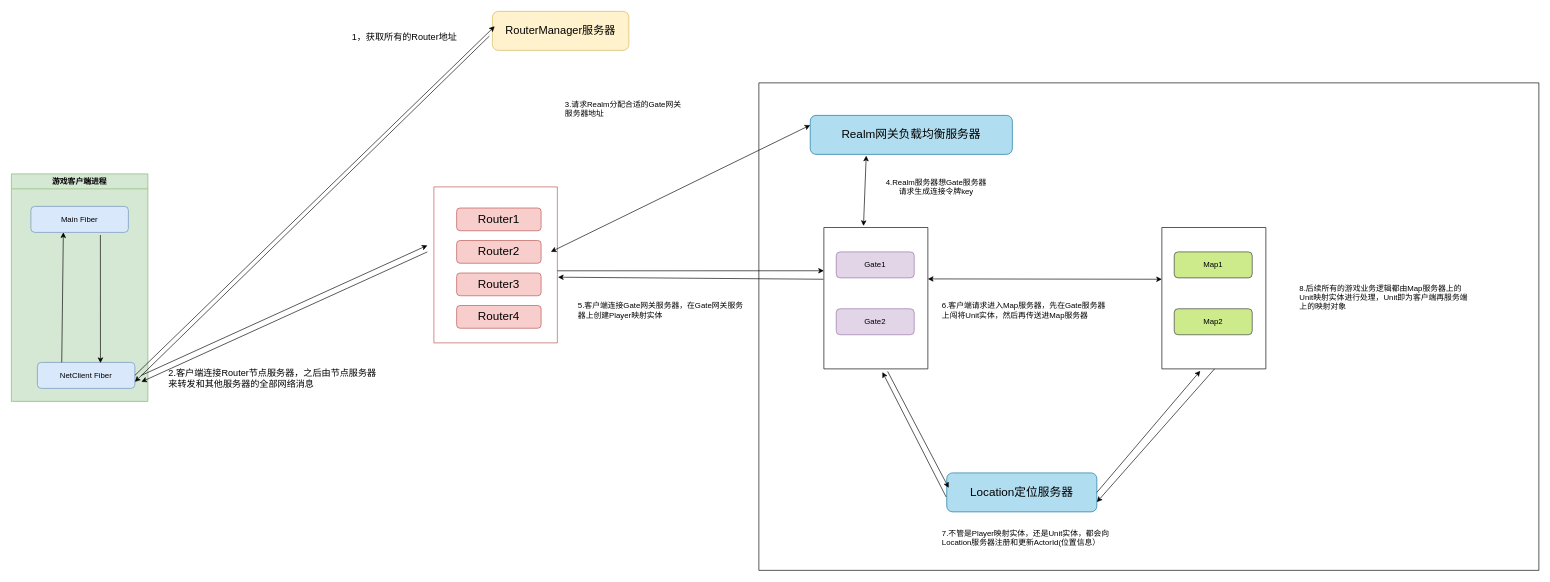
Before: StudyNotes/流程图/通信架构图.drawio in Ribosome2/ET-Kyle, a draw.io diagram. Source tidied: cells renumbered, new cells numbered last; positions are measured from the earlier drawing's top-left corner, leaving out a move shared by most shapes. Both pictures are drawn from the tidied source at 65%, with x=0, y=0 at pixel (11, 11).
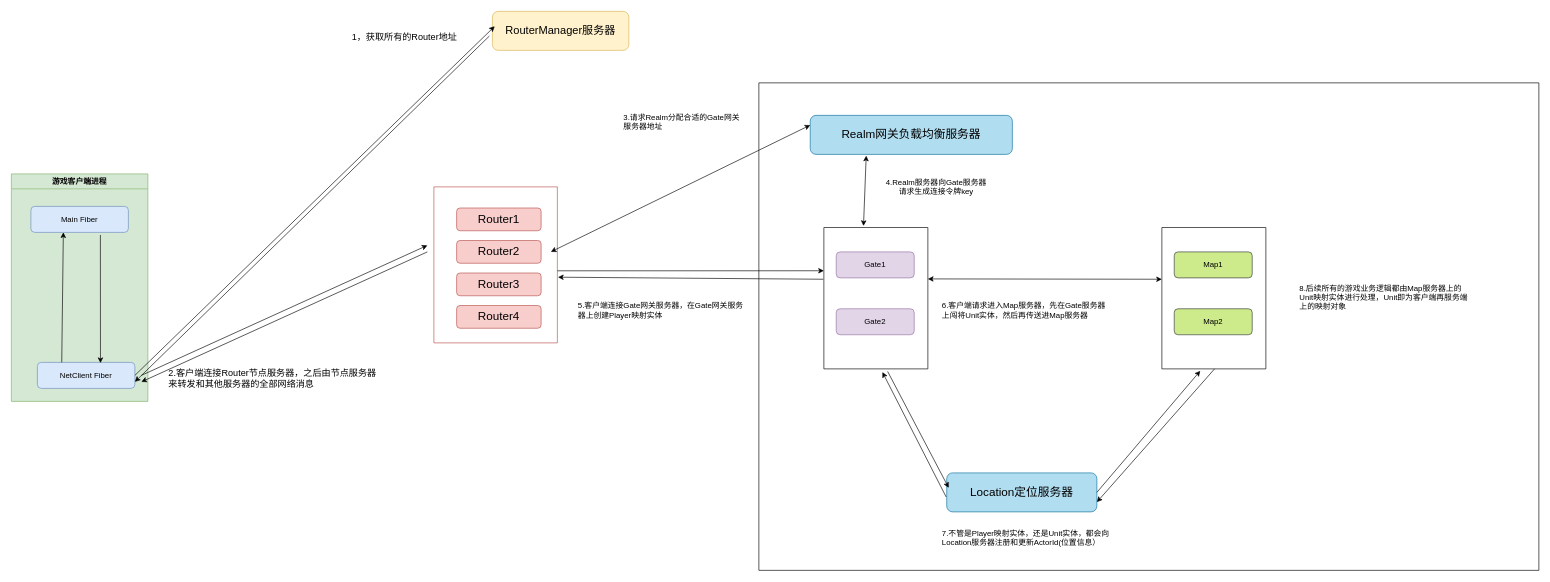
After the change.

Commit message (it also covers changes not shown here):
通信前置流程

Unchanged cells that the change refers to:
```xml
<mxCell id="19" style="swimlane;startSize=0;" parent="1" vertex="1">
  <mxGeometry x="1150" y="110" width="1200" height="750" as="geometry" />
</mxCell>
```

Change to the diagram source:
```diff
@@
-    <mxCell id="27" value="4.Realm服务器想Gate服务器请求生成连接令牌key" style="text;html=1;align=center;verticalAlign=middle;whiteSpace=wrap;rounded=0;" parent="19" vertex="1">
+    <mxCell id="27" value="4.Realm服务器向Gate服务器请求生成连接令牌key" style="text;html=1;align=center;verticalAlign=middle;whiteSpace=wrap;rounded=0;" parent="19" vertex="1">
       <mxGeometry x="190" y="140" width="165.5" height="40" as="geometry" />
     </mxCell>
@@
     <mxCell id="39" value="3.请求Realm分配合适的Gate网关服务器地址" style="text;html=1;align=left;verticalAlign=middle;whiteSpace=wrap;rounded=0;" parent="1" vertex="1">
-      <mxGeometry x="850" y="130" width="190" height="40" as="geometry" />
+      <mxGeometry x="940" y="150" width="190" height="40" as="geometry" />
     </mxCell>
```
